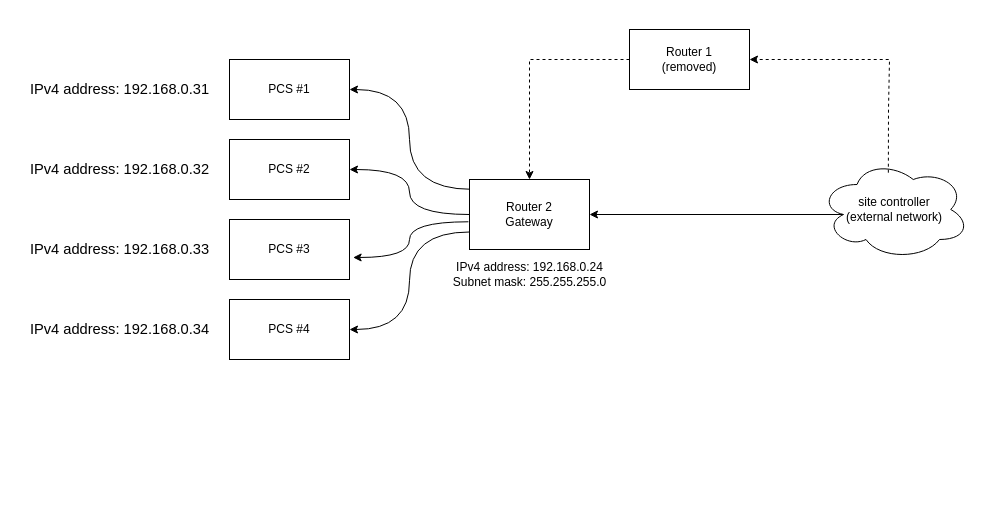
The draw.io diagram holidayinn_jobsite_network.drawio in joshmeiyb/draw.io, before the edit. Source tidied: cells renumbered, new cells numbered last; positions are measured from the earlier drawing's top-left corner, leaving out a move shared by most shapes. Both pictures are drawn from the tidied source at 100%, with x=0, y=0 at pixel (19, 29).
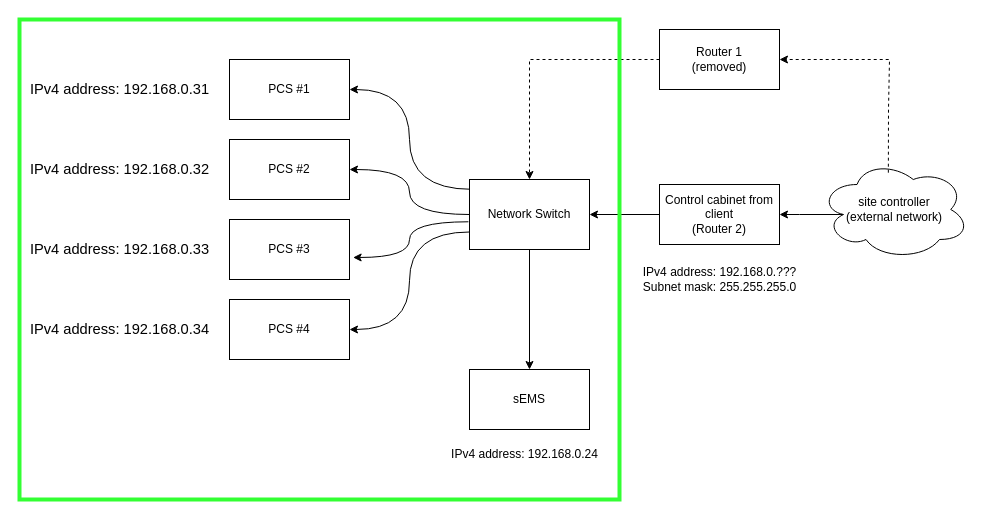
The same diagram, later.

The change refers to these unchanged cells:
```xml
<mxCell id="3" value="site controller&lt;div&gt;(external network)&lt;/div&gt;" style="ellipse;shape=cloud;whiteSpace=wrap;html=1;" parent="1" vertex="1">
  <mxGeometry x="800" y="130" width="150" height="100" as="geometry" />
</mxCell>
```

The edit, as a diff of the source:
```diff
@@
-    <mxCell id="2" style="edgeStyle=orthogonalEdgeStyle;rounded=0;jettySize=auto;html=1;exitX=0.16;exitY=0.55;exitDx=0;exitDy=0;exitPerimeter=0;entryX=1;entryY=0.5;entryDx=0;entryDy=0;" parent="1" edge="1" source="3" target="10">
-      <mxGeometry relative="1" as="geometry" />
+    <mxCell id="2" style="edgeStyle=orthogonalEdgeStyle;rounded=0;jettySize=auto;html=1;exitX=0.16;exitY=0.55;exitDx=0;exitDy=0;exitPerimeter=0;" parent="1" edge="1" source="3">
+      <mxGeometry relative="1" as="geometry">
+        <mxPoint x="760" y="185" as="targetPoint" />
+      </mxGeometry>
     </mxCell>
@@
     <mxCell id="5" value="Router 1&lt;div&gt;(removed)&lt;/div&gt;" style="rounded=0;whiteSpace=wrap;html=1;" parent="1" vertex="1">
-      <mxGeometry x="610" width="120" height="60" as="geometry" />
+      <mxGeometry x="640" width="120" height="60" as="geometry" />
     </mxCell>
@@
+    <mxCell id="21" style="edgeStyle=orthogonalEdgeStyle;rounded=0;jettySize=auto;html=1;entryX=0.5;entryY=0;entryDx=0;entryDy=0;" parent="1" edge="1" source="10" target="22">
+      <mxGeometry relative="1" as="geometry" />
+    </mxCell>
-    <mxCell id="10" value="Router 2&lt;div&gt;Gateway&lt;/div&gt;" style="rounded=0;whiteSpace=wrap;html=1;" parent="1" vertex="1">
+    <mxCell id="10" value="Network Switch" style="rounded=0;whiteSpace=wrap;html=1;" parent="1" vertex="1">
       <mxGeometry x="450" y="150" width="120" height="70" as="geometry" />
     </mxCell>
@@
-    <mxCell id="16" value="IPv4 address: 192.168.0.24&lt;div&gt;Subnet mask: 255.255.255.0&lt;/div&gt;" style="text;html=1;align=center;verticalAlign=middle;strokeColor=none;fillColor=none;" parent="1" vertex="1">
-      <mxGeometry x="420" y="225" width="180" height="40" as="geometry" />
+    <mxCell id="16" value="IPv4 address: 192.168.0.???&lt;div&gt;Subnet mask: 255.255.255.0&lt;/div&gt;" style="text;html=1;align=center;verticalAlign=middle;strokeColor=none;fillColor=none;" parent="1" vertex="1">
+      <mxGeometry x="610" y="230" width="180" height="40" as="geometry" />
     </mxCell>
@@
+    <mxCell id="22" value="sEMS" style="whiteSpace=wrap;html=1;" parent="1" vertex="1">
+      <mxGeometry x="450" y="340" width="120" height="60" as="geometry" />
+    </mxCell>
+    <mxCell id="23" value="IPv4 address: 192.168.0.24" style="text;html=1;align=center;verticalAlign=middle;strokeColor=none;fillColor=none;" parent="1" vertex="1">
+      <mxGeometry x="420" y="410" width="170" height="30" as="geometry" />
+    </mxCell>
+    <mxCell id="24" style="edgeStyle=orthogonalEdgeStyle;rounded=0;jettySize=auto;html=1;exitX=0;exitY=0.5;exitDx=0;exitDy=0;entryX=1;entryY=0.5;entryDx=0;entryDy=0;" parent="1" edge="1" source="25" target="10">
+      <mxGeometry relative="1" as="geometry" />
+    </mxCell>
+    <mxCell id="25" value="Control cabinet from client&lt;div&gt;(Router 2)&lt;/div&gt;" style="rounded=0;whiteSpace=wrap;html=1;" parent="1" vertex="1">
+      <mxGeometry x="640" y="155" width="120" height="60" as="geometry" />
+    </mxCell>
+    <mxCell id="26" style="rounded=0;whiteSpace=wrap;html=1;fillColor=none;strokeWidth=4;strokeColor=#33FF33;" parent="1" vertex="1">
+      <mxGeometry y="-10" width="600" height="480" as="geometry" />
+    </mxCell>
```
